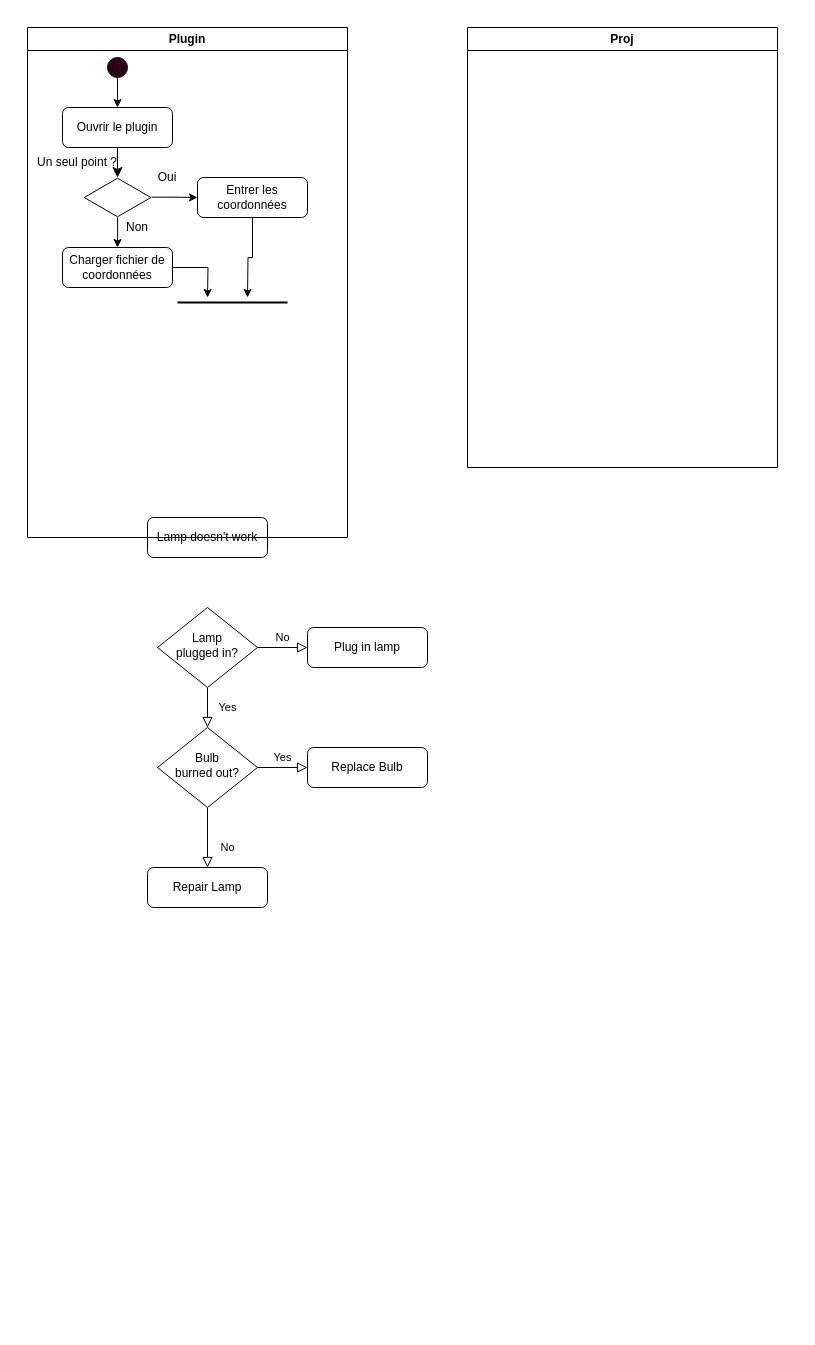
This is Diagramme d'activite.drawio from Berenice-AKA/mini, a draw.io file, before an edit. Source tidied: cells renumbered, new cells numbered last; positions are measured from the earlier drawing's top-left corner, leaving out a move shared by most shapes. Both pictures are drawn from the tidied source at 100%, with x=0, y=0 at pixel (27, 27).
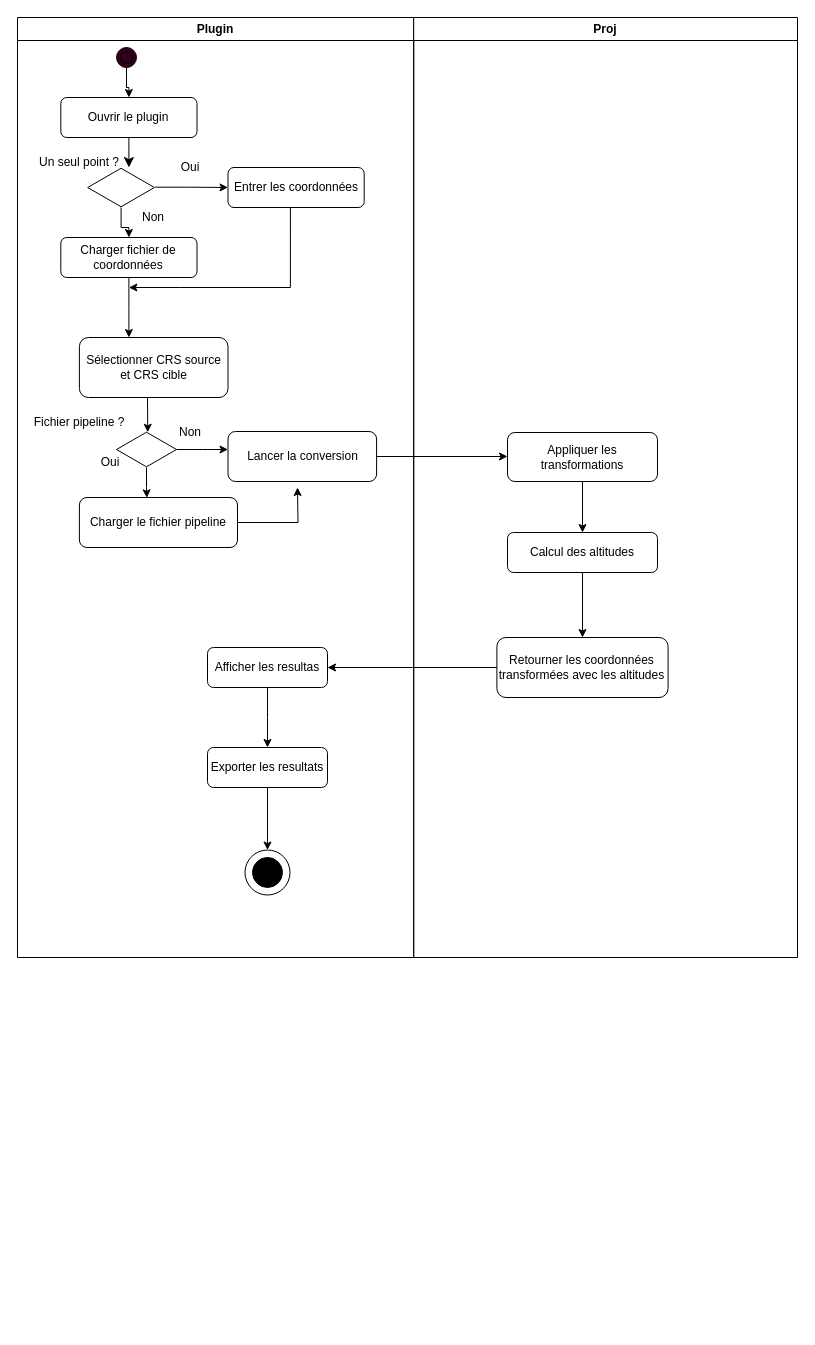
After the change.

Commit message:
Mettre à jour Diagramme d'activite.drawio

The edit, as a diff of the source:
```diff
@@
-    <mxCell id="2" value="Lamp doesn't work" style="rounded=1;whiteSpace=wrap;html=1;fontSize=12;glass=0;strokeWidth=1;shadow=0;" parent="1" vertex="1">
-      <mxGeometry x="120" y="490" width="120" height="40" as="geometry" />
-    </mxCell>
-    <mxCell id="3" value="Yes" style="rounded=0;html=1;jettySize=auto;fontSize=11;endArrow=block;endFill=0;endSize=8;strokeWidth=1;shadow=0;labelBackgroundColor=none;edgeStyle=orthogonalEdgeStyle;" parent="1" edge="1" source="5" target="9">
-      <mxGeometry y="20" relative="1" as="geometry" />
-    </mxCell>
-    <mxCell id="4" value="No" style="edgeStyle=orthogonalEdgeStyle;rounded=0;html=1;jettySize=auto;fontSize=11;endArrow=block;endFill=0;endSize=8;strokeWidth=1;shadow=0;labelBackgroundColor=none;" parent="1" edge="1" source="5" target="6">
-      <mxGeometry y="10" relative="1" as="geometry" />
-    </mxCell>
-    <mxCell id="5" value="Lamp&lt;br&gt;plugged in?" style="rhombus;whiteSpace=wrap;html=1;shadow=0;fontFamily=Helvetica;fontSize=12;align=center;strokeWidth=1;spacing=6;spacingTop=-4;" parent="1" vertex="1">
-      <mxGeometry x="130" y="580" width="100" height="80" as="geometry" />
-    </mxCell>
-    <mxCell id="6" value="Plug in lamp" style="rounded=1;whiteSpace=wrap;html=1;fontSize=12;glass=0;strokeWidth=1;shadow=0;" parent="1" vertex="1">
-      <mxGeometry x="280" y="600" width="120" height="40" as="geometry" />
-    </mxCell>
-    <mxCell id="7" value="No" style="rounded=0;html=1;jettySize=auto;fontSize=11;endArrow=block;endFill=0;endSize=8;strokeWidth=1;shadow=0;labelBackgroundColor=none;edgeStyle=orthogonalEdgeStyle;" parent="1" edge="1" source="9" target="10">
-      <mxGeometry x="0.33" y="20" relative="1" as="geometry" />
-    </mxCell>
-    <mxCell id="8" value="Yes" style="edgeStyle=orthogonalEdgeStyle;rounded=0;html=1;jettySize=auto;fontSize=11;endArrow=block;endFill=0;endSize=8;strokeWidth=1;shadow=0;labelBackgroundColor=none;" parent="1" edge="1" source="9" target="11">
-      <mxGeometry y="10" relative="1" as="geometry" />
-    </mxCell>
-    <mxCell id="9" value="Bulb&lt;br&gt;burned out?" style="rhombus;whiteSpace=wrap;html=1;shadow=0;fontFamily=Helvetica;fontSize=12;align=center;strokeWidth=1;spacing=6;spacingTop=-4;" parent="1" vertex="1">
-      <mxGeometry x="130" y="700" width="100" height="80" as="geometry" />
-    </mxCell>
-    <mxCell id="10" value="Repair Lamp" style="rounded=1;whiteSpace=wrap;html=1;fontSize=12;glass=0;strokeWidth=1;shadow=0;" parent="1" vertex="1">
-      <mxGeometry x="120" y="840" width="120" height="40" as="geometry" />
-    </mxCell>
-    <mxCell id="11" value="Replace Bulb" style="rounded=1;whiteSpace=wrap;html=1;fontSize=12;glass=0;strokeWidth=1;shadow=0;" parent="1" vertex="1">
-      <mxGeometry x="280" y="720" width="120" height="40" as="geometry" />
-    </mxCell>
+    <mxCell id="29" style="group;" parent="1" vertex="1">
+      <mxGeometry x="-10" y="-10" width="780" height="1310" as="geometry" />
+    </mxCell>
-    <mxCell id="12" value="Plugin" style="swimlane;whiteSpace=wrap;html=1;" parent="1" vertex="1">
-      <mxGeometry width="320" height="510" as="geometry" />
+    <mxCell id="12" value="Plugin" style="swimlane;whiteSpace=wrap;html=1;" parent="29" vertex="1">
+      <mxGeometry width="396.2" height="940" as="geometry" />
     </mxCell>
     <mxCell id="13" value="Ouvrir le plugin" style="rounded=1;whiteSpace=wrap;html=1;" parent="12" vertex="1">
-      <mxGeometry x="35" y="80" width="110" height="40" as="geometry" />
+      <mxGeometry x="43.3" y="80" width="136.2" height="40" as="geometry" />
     </mxCell>
@@
     <mxCell id="15" style="ellipse;shape=doubleEllipse;whiteSpace=wrap;html=1;fillColor=#33001A;" parent="12" vertex="1">
-      <mxGeometry x="80" y="30" width="20" height="20" as="geometry" />
+      <mxGeometry x="99" y="30" width="20" height="20" as="geometry" />
     </mxCell>
     <mxCell id="16" style="edgeStyle=segmentEdgeStyle;endArrow=classic;html=1;curved=0;rounded=0;endSize=8;startSize=8;exitX=0.5;exitY=1;exitDx=0;exitDy=0;" parent="12" edge="1" source="13">
       <mxGeometry relative="1" as="geometry">
-        <mxPoint x="90" y="150" as="targetPoint" />
+        <mxPoint x="111.4" y="150" as="targetPoint" />
       </mxGeometry>
     </mxCell>
     <mxCell id="17" style="edgeStyle=orthogonalEdgeStyle;rounded=0;jettySize=auto;html=1;" parent="12" edge="1" source="18">
       <mxGeometry relative="1" as="geometry">
-        <mxPoint x="180" y="270" as="targetPoint" />
+        <mxPoint x="111.4" y="320" as="targetPoint" />
       </mxGeometry>
     </mxCell>
     <mxCell id="18" value="Charger fichier de coordonnées" style="rounded=1;whiteSpace=wrap;html=1;" parent="12" vertex="1">
-      <mxGeometry x="35" y="220" width="110" height="40" as="geometry" />
+      <mxGeometry x="43.3" y="220" width="136.2" height="40" as="geometry" />
     </mxCell>
-    <mxCell id="19" style="edgeStyle=orthogonalEdgeStyle;rounded=0;jettySize=auto;html=1;exitX=0.5;exitY=1;exitDx=0;exitDy=0;" parent="12" edge="1" source="20">
+    <mxCell id="19" style="edgeStyle=orthogonalEdgeStyle;rounded=0;jettySize=auto;html=1;exitX=0.458;exitY=0.985;exitDx=0;exitDy=0;exitPerimeter=0;" parent="12" edge="1" source="20">
       <mxGeometry relative="1" as="geometry">
-        <mxPoint x="220" y="270" as="targetPoint" />
+        <mxPoint x="111.4" y="270" as="targetPoint" />
+        <Array as="points">
+          <mxPoint x="272.4" y="270" />
+          <mxPoint x="162.2" y="270" />
+        </Array>
       </mxGeometry>
     </mxCell>
     <mxCell id="20" value="Entrer les coordonnées" style="rounded=1;whiteSpace=wrap;html=1;" parent="12" vertex="1">
-      <mxGeometry x="170" y="150" width="110" height="40" as="geometry" />
+      <mxGeometry x="210.5" y="150" width="136.2" height="40" as="geometry" />
     </mxCell>
@@
     <mxCell id="23" style="html=1;whiteSpace=wrap;shape=isoRectangle;" parent="12" vertex="1">
-      <mxGeometry x="56.7" y="150" width="66.7" height="40" as="geometry" />
+      <mxGeometry x="70.2" y="150" width="66.7" height="40" as="geometry" />
     </mxCell>
     <mxCell id="24" value="Un seul point ?" style="text;html=1;align=center;verticalAlign=middle;whiteSpace=wrap;rounded=0;" parent="12" vertex="1">
-      <mxGeometry y="120" width="100" height="30" as="geometry" />
+      <mxGeometry y="130" width="123.8" height="30" as="geometry" />
     </mxCell>
     <mxCell id="25" value="Oui" style="text;html=1;align=center;verticalAlign=middle;whiteSpace=wrap;rounded=0;" parent="12" vertex="1">
-      <mxGeometry x="110" y="140" width="60" height="20" as="geometry" />
+      <mxGeometry x="136.2" y="140" width="74.3" height="20" as="geometry" />
     </mxCell>
     <mxCell id="26" value="Non" style="text;html=1;align=center;verticalAlign=middle;whiteSpace=wrap;rounded=0;" parent="12" vertex="1">
-      <mxGeometry x="80" y="190" width="60" height="20" as="geometry" />
+      <mxGeometry x="99" y="190" width="74.3" height="20" as="geometry" />
     </mxCell>
-    <mxCell id="27" style="line;strokeWidth=2;html=1;" parent="12" vertex="1">
-      <mxGeometry x="150" y="270" width="110" height="10" as="geometry" />
-    </mxCell>
+    <mxCell id="30" value="Sélectionner CRS source et CRS cible" style="rounded=1;whiteSpace=wrap;html=1;" parent="12" vertex="1">
+      <mxGeometry x="61.9" y="320" width="148.6" height="60" as="geometry" />
+    </mxCell>
+    <mxCell id="31" style="edgeStyle=orthogonalEdgeStyle;rounded=0;jettySize=auto;html=1;" parent="12" edge="1" source="33">
+      <mxGeometry relative="1" as="geometry">
+        <mxPoint x="210.5" y="432" as="targetPoint" />
+      </mxGeometry>
+    </mxCell>
+    <mxCell id="32" style="edgeStyle=orthogonalEdgeStyle;rounded=0;jettySize=auto;html=1;entryX=0.427;entryY=0.006;entryDx=0;entryDy=0;entryPerimeter=0;" parent="12" edge="1" source="33" target="40">
+      <mxGeometry relative="1" as="geometry" />
+    </mxCell>
+    <mxCell id="33" style="html=1;whiteSpace=wrap;shape=isoRectangle;" parent="12" vertex="1">
+      <mxGeometry x="99" y="414" width="60" height="36" as="geometry" />
+    </mxCell>
+    <mxCell id="34" value="Fichier pipeline ?" style="text;html=1;align=center;verticalAlign=middle;whiteSpace=wrap;rounded=0;" parent="12" vertex="1">
+      <mxGeometry y="390" width="123.8" height="30" as="geometry" />
+    </mxCell>
+    <mxCell id="35" value="Non" style="text;html=1;align=center;verticalAlign=middle;whiteSpace=wrap;rounded=0;" parent="12" vertex="1">
+      <mxGeometry x="136.2" y="400" width="74.3" height="30" as="geometry" />
+    </mxCell>
+    <mxCell id="36" value="Oui" style="text;html=1;align=center;verticalAlign=middle;whiteSpace=wrap;rounded=0;" parent="12" vertex="1">
+      <mxGeometry x="61.9" y="430" width="61.9" height="30" as="geometry" />
+    </mxCell>
+    <mxCell id="37" style="edgeStyle=orthogonalEdgeStyle;rounded=0;jettySize=auto;html=1;" parent="12" edge="1" source="38">
+      <mxGeometry relative="1" as="geometry">
+        <mxPoint x="490" y="439" as="targetPoint" />
+      </mxGeometry>
+    </mxCell>
+    <mxCell id="38" value="Lancer la conversion" style="rounded=1;whiteSpace=wrap;html=1;" parent="12" vertex="1">
+      <mxGeometry x="210.5" y="414" width="148.6" height="50" as="geometry" />
+    </mxCell>
+    <mxCell id="39" style="edgeStyle=orthogonalEdgeStyle;rounded=0;jettySize=auto;html=1;" parent="12" edge="1" source="40">
+      <mxGeometry relative="1" as="geometry">
+        <mxPoint x="280" y="470" as="targetPoint" />
+      </mxGeometry>
+    </mxCell>
+    <mxCell id="40" value="Charger le fichier pipeline" style="rounded=1;whiteSpace=wrap;html=1;" parent="12" vertex="1">
+      <mxGeometry x="61.9" y="480" width="158.1" height="50" as="geometry" />
+    </mxCell>
+    <mxCell id="41" style="edgeStyle=orthogonalEdgeStyle;rounded=0;jettySize=auto;html=1;" parent="12" edge="1" source="42">
+      <mxGeometry relative="1" as="geometry">
+        <mxPoint x="250" y="730" as="targetPoint" />
+      </mxGeometry>
+    </mxCell>
+    <mxCell id="42" value="Afficher les resultas" style="rounded=1;whiteSpace=wrap;html=1;" parent="12" vertex="1">
+      <mxGeometry x="190" y="630" width="120" height="40" as="geometry" />
+    </mxCell>
+    <mxCell id="43" style="edgeStyle=orthogonalEdgeStyle;rounded=0;jettySize=auto;html=1;entryX=0.5;entryY=0;entryDx=0;entryDy=0;" parent="12" edge="1" source="44" target="46">
+      <mxGeometry relative="1" as="geometry" />
+    </mxCell>
+    <mxCell id="44" value="Exporter les resultats" style="rounded=1;whiteSpace=wrap;html=1;" parent="12" vertex="1">
+      <mxGeometry x="190" y="730" width="120" height="40" as="geometry" />
+    </mxCell>
+    <mxCell id="45" style="ellipse;whiteSpace=wrap;html=1;fillColor=#000000;" parent="12" vertex="1">
+      <mxGeometry x="235" y="840" width="30" height="30" as="geometry" />
+    </mxCell>
+    <mxCell id="46" style="ellipse;whiteSpace=wrap;html=1;fillColor=none;" parent="12" vertex="1">
+      <mxGeometry x="227.5" y="832.5" width="45" height="45" as="geometry" />
+    </mxCell>
+    <mxCell id="47" style="endArrow=classic;html=1;rounded=0;entryX=0.521;entryY=0.021;entryDx=0;entryDy=0;entryPerimeter=0;" parent="12" edge="1" target="33">
+      <mxGeometry relative="1" as="geometry">
+        <mxPoint x="130" y="380" as="sourcePoint" />
+      </mxGeometry>
+    </mxCell>
-    <mxCell id="28" value="Proj" style="swimlane;whiteSpace=wrap;html=1;" parent="1" vertex="1">
-      <mxGeometry x="440" width="310" height="440" as="geometry" />
+    <mxCell id="28" value="Proj" style="swimlane;whiteSpace=wrap;html=1;" parent="29" vertex="1">
+      <mxGeometry x="396.2" width="383.8" height="940" as="geometry" />
     </mxCell>
+    <mxCell id="48" value="Appliquer les transformations" style="rounded=1;whiteSpace=wrap;html=1;" parent="28" vertex="1">
+      <mxGeometry x="93.8" y="415" width="150" height="49" as="geometry" />
+    </mxCell>
+    <mxCell id="49" value="Calcul des altitudes" style="rounded=1;whiteSpace=wrap;html=1;" parent="28" vertex="1">
+      <mxGeometry x="93.8" y="515" width="150" height="40" as="geometry" />
+    </mxCell>
+    <mxCell id="50" style="edgeStyle=orthogonalEdgeStyle;rounded=0;jettySize=auto;html=1;" parent="28" edge="1" source="48" target="49">
+      <mxGeometry relative="1" as="geometry" />
+    </mxCell>
+    <mxCell id="51" style="edgeStyle=orthogonalEdgeStyle;rounded=0;jettySize=auto;html=1;" parent="28" edge="1" source="52">
+      <mxGeometry relative="1" as="geometry">
+        <mxPoint x="-86.2" y="650" as="targetPoint" />
+      </mxGeometry>
+    </mxCell>
+    <mxCell id="52" value="Retourner les coordonnées transformées avec les altitudes" style="rounded=1;whiteSpace=wrap;html=1;" parent="28" vertex="1">
+      <mxGeometry x="83.2" y="620" width="171.2" height="60" as="geometry" />
+    </mxCell>
+    <mxCell id="53" style="edgeStyle=orthogonalEdgeStyle;rounded=0;jettySize=auto;html=1;" parent="28" edge="1" source="49" target="52">
+      <mxGeometry relative="1" as="geometry" />
+    </mxCell>
```
